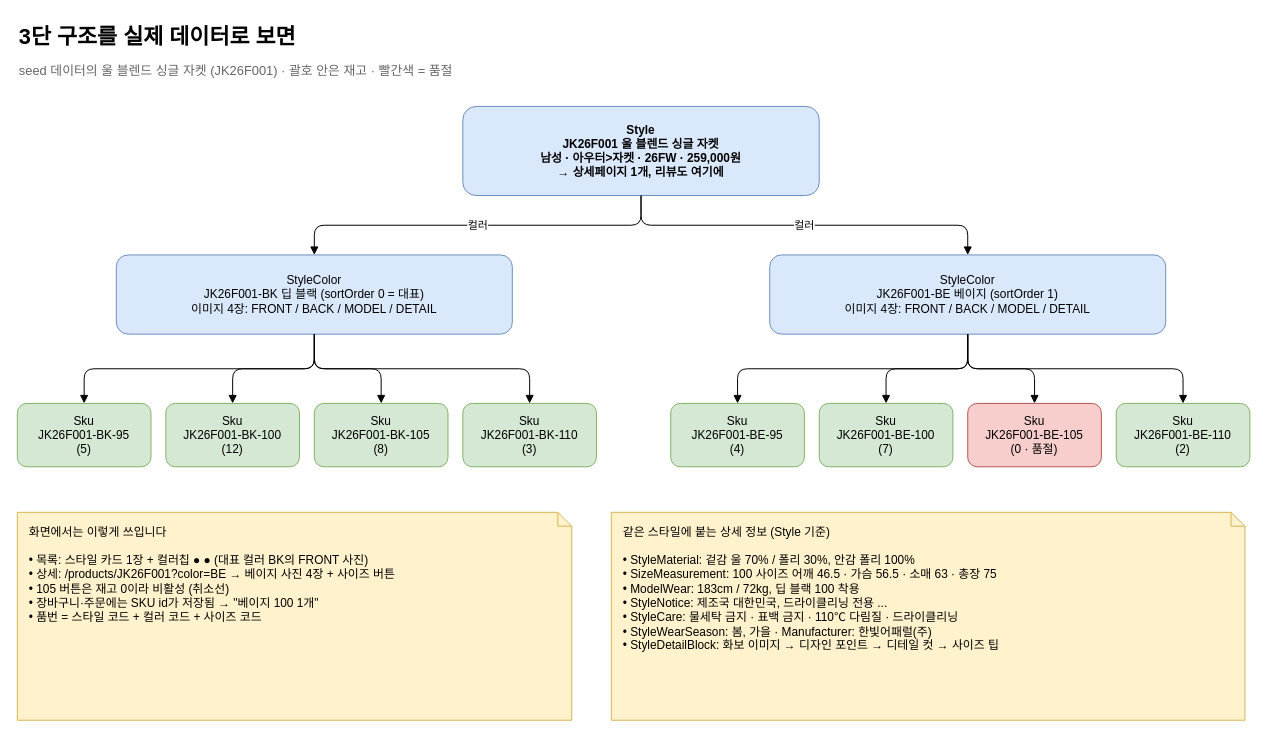
Before: page "2. 3단 구조 예시 데이터" (2 of 5) of docs/product-schema.drawio in shindongjun-cloud/fashion_shoppingmall, a draw.io diagram. Source tidied: cells renumbered, new cells numbered last; positions are measured from the earlier drawing's top-left corner, leaving out a move shared by most shapes. Both pictures are drawn from the tidied source at 99%, with x=0, y=0 at pixel (17, 17).
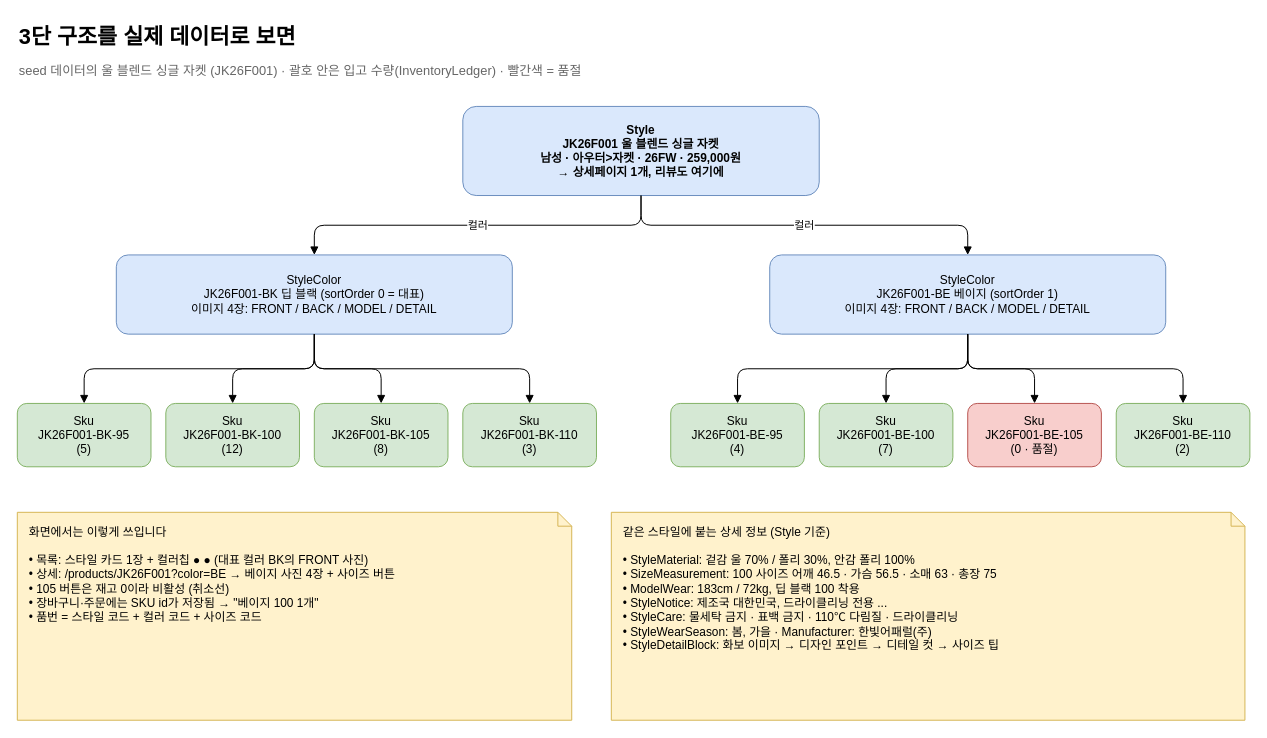
Above is the later version.

Diff of the diagram source:
```diff
@@
-    <mxCell id="3" value="seed 데이터의 울 블렌드 싱글 자켓 (JK26F001) · 괄호 안은 재고 · 빨간색 = 품절" style="html=1;whiteSpace=wrap;fontSize=12;text;fontSize=13;fontColor=#666666;align=left;" parent="1" vertex="1">
-      <mxGeometry y="40" width="1200" height="30" as="geometry" />
-    </mxCell>
+    <mxCell id="27" value="seed 데이터의 울 블렌드 싱글 자켓 (JK26F001) · 괄호 안은 입고 수량(InventoryLedger) · 빨간색 = 품절" style="html=1;whiteSpace=wrap;fontSize=12;text;fontSize=13;fontColor=#666666;align=left;" parent="1" vertex="1">
+      <mxGeometry y="40" width="1200" height="30" as="geometry" />
+    </mxCell>
```
